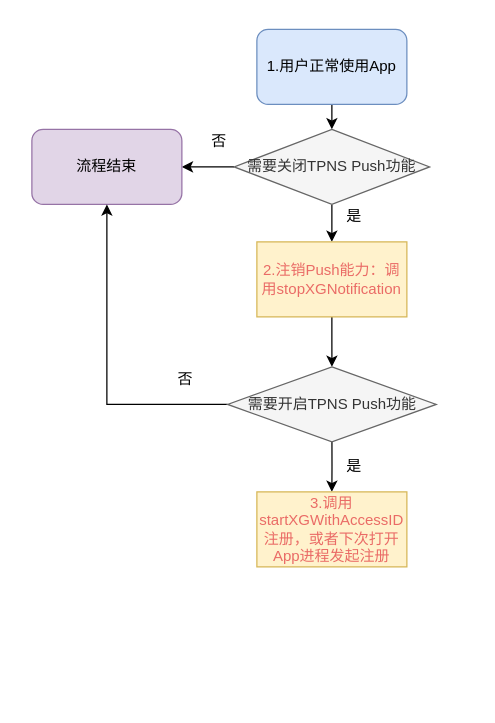
muyanbiao/tpnsFlowChart keeps this draw.io diagram as unregister.drawio. Above is the earlier version. Source tidied: cells renumbered, new cells numbered last; positions are measured from the earlier drawing's top-left corner, leaving out a move shared by most shapes. Both pictures are drawn from the tidied source at 125%, with x=0, y=0 at pixel (31, 29).
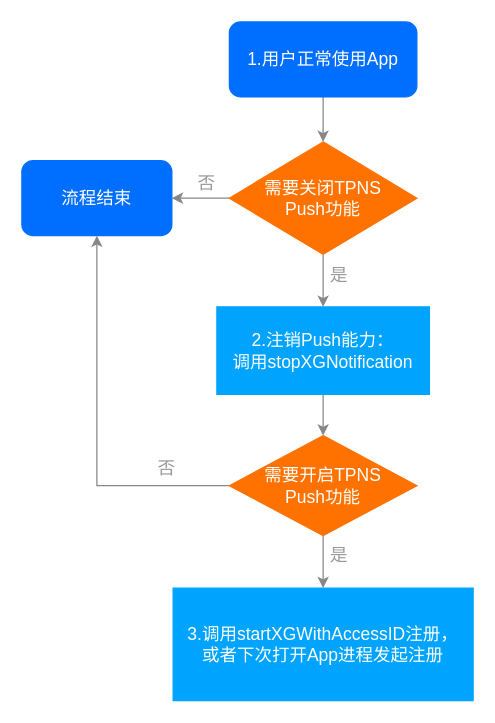
The same page after the edit.

The edit, as a diff of the source:
```diff
@@
 <mxGraphModel>
   <root>
     <mxCell id="0" />
     <mxCell id="1" parent="0" />
-    <mxCell id="2" style="endArrow=classic;html=1;exitX=0.5;exitY=1;exitDx=0;exitDy=0;entryX=0.5;entryY=0;entryDx=0;entryDy=0;" parent="1" edge="1" source="3">
-      <mxGeometry relative="1" as="geometry">
-        <mxPoint x="240" y="80" as="targetPoint" />
-      </mxGeometry>
+    <mxCell id="2" style="endArrow=classic;html=1;exitX=0.5;exitY=1;exitDx=0;exitDy=0;entryX=0.5;entryY=0;entryDx=0;entryDy=0;fontColor=#878787;strokeColor=#878787;" parent="1" edge="1" source="3" target="7">
+      <mxGeometry relative="1" as="geometry" />
     </mxCell>
-    <mxCell id="3" value="&lt;font face=&quot;helvetica&quot;&gt;1.用户正常使用App&lt;/font&gt;" style="rounded=1;whiteSpace=wrap;html=1;fillColor=#dae8fc;strokeColor=#6c8ebf;" parent="1" vertex="1">
-      <mxGeometry x="180" width="120" height="60" as="geometry" />
+    <mxCell id="3" value="&lt;font face=&quot;helvetica&quot; style=&quot;font-size: 14px&quot;&gt;1.用户正常使用App&lt;/font&gt;" style="rounded=1;whiteSpace=wrap;html=1;fillColor=#006EFF;strokeColor=#006EFF;fontSize=14;fontColor=#FFFFFF;" parent="1" vertex="1">
+      <mxGeometry x="158" y="-6" width="150" height="60" as="geometry" />
     </mxCell>
-    <mxCell id="4" value="是" style="text;html=1;strokeColor=none;fillColor=none;align=center;verticalAlign=middle;whiteSpace=wrap;rounded=0;" parent="1" vertex="1">
-      <mxGeometry x="238" y="140" width="40" height="20" as="geometry" />
+    <mxCell id="4" value="是" style="text;html=1;strokeColor=none;fillColor=none;align=center;verticalAlign=middle;whiteSpace=wrap;rounded=0;fontSize=14;fontColor=#999999;" parent="1" vertex="1">
+      <mxGeometry x="234" y="185" width="24" height="24" as="geometry" />
     </mxCell>
-    <mxCell id="5" style="edgeStyle=orthogonalEdgeStyle;rounded=0;jettySize=auto;html=1;exitX=0;exitY=0.5;exitDx=0;exitDy=0;entryX=1;entryY=0.5;entryDx=0;entryDy=0;" parent="1" edge="1" source="7" target="8">
+    <mxCell id="5" style="edgeStyle=orthogonalEdgeStyle;rounded=0;jettySize=auto;html=1;exitX=0;exitY=0.5;exitDx=0;exitDy=0;entryX=1;entryY=0.5;entryDx=0;entryDy=0;fontColor=#878787;strokeColor=#878787;" parent="1" edge="1" source="7" target="8">
       <mxGeometry relative="1" as="geometry" />
     </mxCell>
-    <mxCell id="6" style="edgeStyle=orthogonalEdgeStyle;rounded=0;jettySize=auto;html=1;exitX=0.5;exitY=1;exitDx=0;exitDy=0;entryX=0.5;entryY=0;entryDx=0;entryDy=0;" parent="1" edge="1" source="7" target="11">
+    <mxCell id="6" style="edgeStyle=orthogonalEdgeStyle;rounded=0;jettySize=auto;html=1;exitX=0.5;exitY=1;exitDx=0;exitDy=0;entryX=0.5;entryY=0;entryDx=0;entryDy=0;fontColor=#878787;strokeColor=#878787;" parent="1" edge="1" source="7" target="11">
       <mxGeometry relative="1" as="geometry" />
     </mxCell>
-    <mxCell id="7" value="需要关闭TPNS Push功能" style="rhombus;whiteSpace=wrap;html=1;fillColor=#f5f5f5;strokeColor=#666666;fontColor=#333333;" parent="1" vertex="1">
-      <mxGeometry x="161.8" y="80" width="156.4" height="60" as="geometry" />
+    <mxCell id="7" value="需要关闭TPNS&lt;br style=&quot;font-size: 14px;&quot;&gt;Push功能" style="rhombus;whiteSpace=wrap;html=1;fillColor=#FF7200;strokeColor=#FF7200;fontSize=14;fontColor=#FFFFFF;" parent="1" vertex="1">
+      <mxGeometry x="158" y="90" width="150" height="90" as="geometry" />
     </mxCell>
-    <mxCell id="8" value="&lt;font face=&quot;helvetica&quot;&gt;流程结束&lt;br&gt;&lt;/font&gt;" style="rounded=1;whiteSpace=wrap;html=1;fillColor=#e1d5e7;strokeColor=#9673a6;" parent="1" vertex="1">
-      <mxGeometry y="80" width="120" height="60" as="geometry" />
+    <mxCell id="8" value="&lt;font face=&quot;helvetica&quot; style=&quot;font-size: 14px;&quot;&gt;流程结束&lt;br style=&quot;font-size: 14px;&quot;&gt;&lt;/font&gt;" style="rounded=1;whiteSpace=wrap;html=1;fillColor=#006EFF;strokeColor=#006EFF;fontSize=14;fontColor=#FFFFFF;" parent="1" vertex="1">
+      <mxGeometry x="-8" y="105" width="120" height="60" as="geometry" />
     </mxCell>
-    <mxCell id="9" value="否" style="text;html=1;strokeColor=none;fillColor=none;align=center;verticalAlign=middle;whiteSpace=wrap;rounded=0;" parent="1" vertex="1">
-      <mxGeometry x="130" y="80" width="40" height="20" as="geometry" />
+    <mxCell id="9" value="否" style="text;html=1;strokeColor=none;fillColor=none;align=center;verticalAlign=middle;whiteSpace=wrap;rounded=0;fontSize=14;fontColor=#999999;" parent="1" vertex="1">
+      <mxGeometry x="128" y="111" width="24" height="24" as="geometry" />
     </mxCell>
-    <mxCell id="10" style="edgeStyle=orthogonalEdgeStyle;rounded=0;jettySize=auto;html=1;exitX=0.5;exitY=1;exitDx=0;exitDy=0;entryX=0.5;entryY=0;entryDx=0;entryDy=0;" parent="1" edge="1" source="11" target="14">
+    <mxCell id="10" style="edgeStyle=orthogonalEdgeStyle;rounded=0;jettySize=auto;html=1;exitX=0.5;exitY=1;exitDx=0;exitDy=0;entryX=0.5;entryY=0;entryDx=0;entryDy=0;fontColor=#878787;strokeColor=#878787;" parent="1" edge="1" source="11" target="14">
       <mxGeometry relative="1" as="geometry" />
     </mxCell>
-    <mxCell id="11" value="&lt;font face=&quot;helvetica&quot;&gt;&lt;font color=&quot;#ea6b66&quot;&gt;2.注销Push能力：调用stopXGNotification&lt;/font&gt;&lt;br&gt;&lt;/font&gt;" style="rounded=0;whiteSpace=wrap;html=1;fillColor=#fff2cc;strokeColor=#d6b656;" parent="1" vertex="1">
-      <mxGeometry x="180" y="170" width="120" height="60" as="geometry" />
+    <mxCell id="11" value="&lt;font face=&quot;helvetica&quot; style=&quot;font-size: 14px&quot;&gt;&lt;font style=&quot;font-size: 14px&quot;&gt;2.注销Push能力：&lt;br&gt;调用stopXGNotification&lt;/font&gt;&lt;br style=&quot;font-size: 14px&quot;&gt;&lt;/font&gt;" style="rounded=0;whiteSpace=wrap;html=1;fillColor=#00A4FF;strokeColor=#00A4FF;fontSize=14;fontColor=#FFFFFF;" parent="1" vertex="1">
+      <mxGeometry x="148" y="222" width="170" height="70" as="geometry" />
     </mxCell>
-    <mxCell id="12" style="edgeStyle=orthogonalEdgeStyle;rounded=0;jettySize=auto;html=1;exitX=0;exitY=0.5;exitDx=0;exitDy=0;entryX=0.5;entryY=1;entryDx=0;entryDy=0;" parent="1" edge="1" source="14" target="8">
+    <mxCell id="12" style="edgeStyle=orthogonalEdgeStyle;rounded=0;jettySize=auto;html=1;exitX=0;exitY=0.5;exitDx=0;exitDy=0;entryX=0.5;entryY=1;entryDx=0;entryDy=0;fontColor=#878787;strokeColor=#878787;" parent="1" edge="1" source="14" target="8">
       <mxGeometry relative="1" as="geometry" />
     </mxCell>
-    <mxCell id="13" style="edgeStyle=orthogonalEdgeStyle;rounded=0;jettySize=auto;html=1;exitX=0.5;exitY=1;exitDx=0;exitDy=0;entryX=0.5;entryY=0;entryDx=0;entryDy=0;" parent="1" edge="1" source="14" target="16">
+    <mxCell id="13" style="edgeStyle=orthogonalEdgeStyle;rounded=0;jettySize=auto;html=1;exitX=0.5;exitY=1;exitDx=0;exitDy=0;entryX=0.5;entryY=0;entryDx=0;entryDy=0;fontColor=#878787;strokeColor=#878787;" parent="1" edge="1" source="14" target="16">
       <mxGeometry relative="1" as="geometry" />
     </mxCell>
-    <mxCell id="14" value="需要开启TPNS Push功能" style="rhombus;whiteSpace=wrap;html=1;fillColor=#f5f5f5;strokeColor=#666666;fontColor=#333333;" parent="1" vertex="1">
-      <mxGeometry x="156.6" y="270" width="166.9" height="60" as="geometry" />
+    <mxCell id="14" value="需要开启TPNS&lt;br&gt;Push功能" style="rhombus;whiteSpace=wrap;html=1;strokeColor=#FF7200;fillColor=#FF7200;fontSize=14;fontColor=#FFFFFF;" parent="1" vertex="1">
+      <mxGeometry x="158" y="325" width="150" height="80" as="geometry" />
     </mxCell>
-    <mxCell id="15" value="否" style="text;html=1;strokeColor=none;fillColor=none;align=center;verticalAlign=middle;whiteSpace=wrap;rounded=0;" parent="1" vertex="1">
-      <mxGeometry x="103" y="270" width="40" height="20" as="geometry" />
+    <mxCell id="15" value="否" style="text;html=1;strokeColor=none;fillColor=none;align=center;verticalAlign=middle;whiteSpace=wrap;rounded=0;fontSize=14;fontColor=#999999;" parent="1" vertex="1">
+      <mxGeometry x="96" y="339" width="24" height="24" as="geometry" />
     </mxCell>
-    <mxCell id="16" value="&lt;font color=&quot;#ea6b66&quot;&gt;3.&lt;/font&gt;&lt;span style=&quot;font-family: &amp;#34;helvetica&amp;#34;&quot;&gt;&lt;font color=&quot;#ea6b66&quot;&gt;调用startXGWithAccessID&lt;br&gt;注册，或者下次打开App进程发起注册&lt;/font&gt;&lt;br&gt;&lt;/span&gt;" style="rounded=0;whiteSpace=wrap;html=1;fillColor=#fff2cc;strokeColor=#d6b656;" parent="1" vertex="1">
-      <mxGeometry x="180" y="370" width="120" height="60" as="geometry" />
+    <mxCell id="16" value="&lt;font style=&quot;font-size: 14px&quot;&gt;3.&lt;/font&gt;&lt;span style=&quot;font-family: &amp;#34;helvetica&amp;#34; ; font-size: 14px&quot;&gt;&lt;font style=&quot;font-size: 14px&quot;&gt;调用startXGWithAccessID注册，&lt;br&gt;或者下次打开App进程发起注册&lt;/font&gt;&lt;br style=&quot;font-size: 14px&quot;&gt;&lt;/span&gt;" style="rounded=0;whiteSpace=wrap;html=1;fillColor=#00A4FF;strokeColor=#00A4FF;fontSize=14;fontColor=#FFFFFF;" parent="1" vertex="1">
+      <mxGeometry x="113" y="447" width="240" height="90" as="geometry" />
     </mxCell>
-    <mxCell id="17" value="是" style="text;html=1;strokeColor=none;fillColor=none;align=center;verticalAlign=middle;whiteSpace=wrap;rounded=0;" parent="1" vertex="1">
-      <mxGeometry x="238" y="340" width="40" height="20" as="geometry" />
+    <mxCell id="17" value="是" style="text;html=1;strokeColor=none;fillColor=none;align=center;verticalAlign=middle;whiteSpace=wrap;rounded=0;fontSize=14;fontColor=#999999;" parent="1" vertex="1">
+      <mxGeometry x="234" y="409" width="24" height="24" as="geometry" />
     </mxCell>
   </root>
 </mxGraphModel>
```
